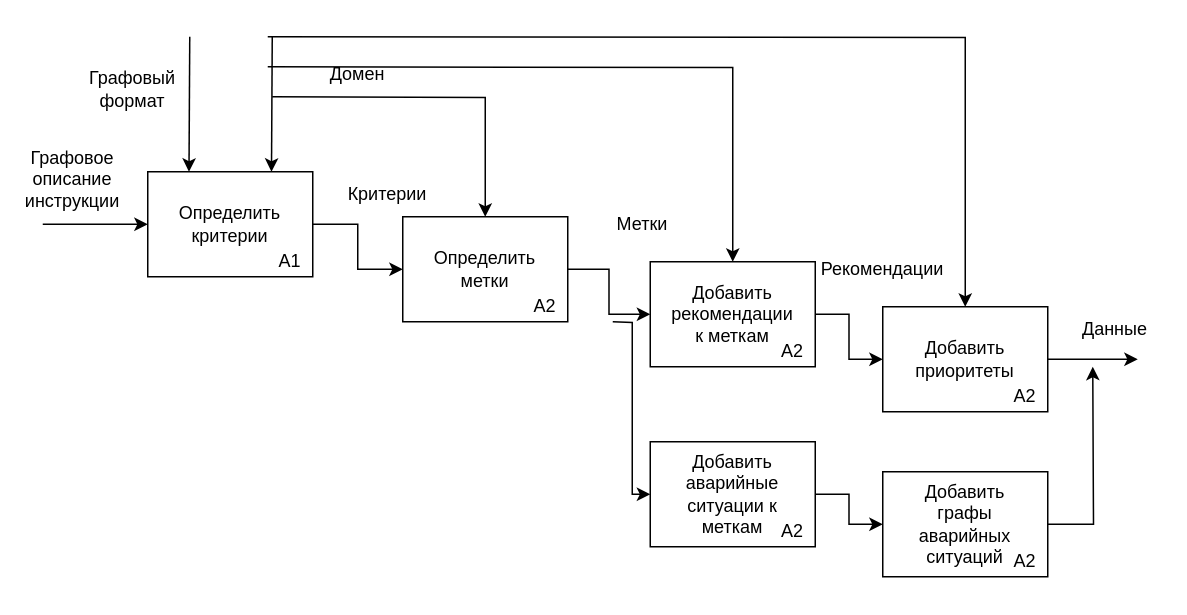
Jarozin/diplom keeps this draw.io diagram as report/inc/img/idef_1x.drawio. Above is the earlier version. Source tidied: cells renumbered, new cells numbered last; positions are measured from the earlier drawing's top-left corner, leaving out a move shared by most shapes. Both pictures are drawn from the tidied source at 150%, with x=0, y=0 at pixel (27, 36).
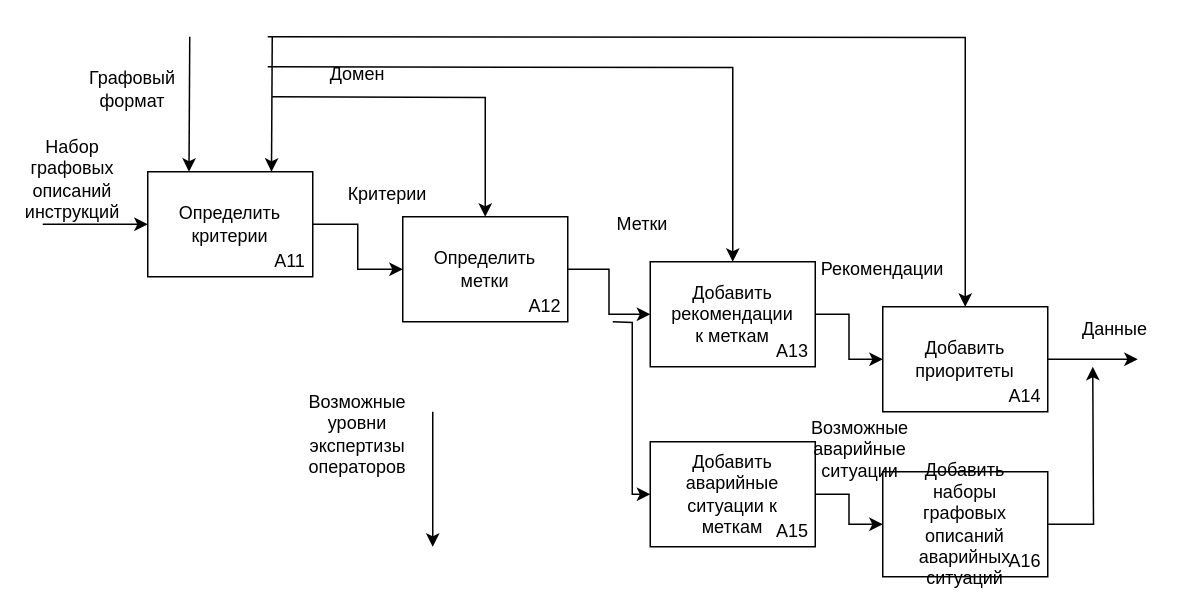
The same diagram, later.

Unchanged cells that the change refers to:
```xml
<mxCell id="2" style="group;" parent="1" vertex="1">
  <mxGeometry x="250" y="120" width="110" height="70" as="geometry" />
</mxCell>
<mxCell id="6" style="group;" parent="1" vertex="1">
  <mxGeometry x="80" y="90" width="110" height="70" as="geometry" />
</mxCell>
<mxCell id="20" style="group;" parent="1" vertex="1">
  <mxGeometry x="415" y="150" width="110" height="70" as="geometry" />
</mxCell>
<mxCell id="24" style="group;" parent="1" vertex="1">
  <mxGeometry x="570" y="180" width="110" height="70" as="geometry" />
</mxCell>
<mxCell id="28" style="group;" parent="1" vertex="1">
  <mxGeometry x="415" y="270" width="110" height="70" as="geometry" />
</mxCell>
<mxCell id="32" style="group;" parent="1" vertex="1">
  <mxGeometry x="570" y="290" width="110" height="70" as="geometry" />
</mxCell>
```

Change to the diagram source:
```diff
@@
-    <mxCell id="5" value="А2" style="text;html=1;align=center;verticalAlign=middle;whiteSpace=wrap;rounded=0;" parent="2" vertex="1">
+    <mxCell id="5" value="А12" style="text;html=1;align=center;verticalAlign=middle;whiteSpace=wrap;rounded=0;" parent="2" vertex="1">
       <mxGeometry x="80" y="50" width="30" height="20" as="geometry" />
     </mxCell>
@@
-    <mxCell id="9" value="А1" style="text;html=1;align=center;verticalAlign=middle;whiteSpace=wrap;rounded=0;" parent="6" vertex="1">
+    <mxCell id="9" value="А11" style="text;html=1;align=center;verticalAlign=middle;whiteSpace=wrap;rounded=0;" parent="6" vertex="1">
       <mxGeometry x="80" y="50" width="30" height="20" as="geometry" />
     </mxCell>
@@
-    <mxCell id="15" value="&lt;span style=&quot;background-color: transparent; color: light-dark(rgb(0, 0, 0), rgb(255, 255, 255));&quot;&gt;Графовое описание инструкции&lt;/span&gt;" style="text;html=1;align=center;verticalAlign=middle;whiteSpace=wrap;rounded=0;" parent="1" vertex="1">
+    <mxCell id="15" value="&lt;span style=&quot;background-color: transparent; color: light-dark(rgb(0, 0, 0), rgb(255, 255, 255));&quot;&gt;Набор графовых описаний инструкций&lt;/span&gt;" style="text;html=1;align=center;verticalAlign=middle;whiteSpace=wrap;rounded=0;" parent="1" vertex="1">
       <mxGeometry y="80" width="60" height="30" as="geometry" />
     </mxCell>
@@
-    <mxCell id="23" value="А2" style="text;html=1;align=center;verticalAlign=middle;whiteSpace=wrap;rounded=0;" parent="20" vertex="1">
+    <mxCell id="23" value="А13" style="text;html=1;align=center;verticalAlign=middle;whiteSpace=wrap;rounded=0;" parent="20" vertex="1">
       <mxGeometry x="80" y="50" width="30" height="20" as="geometry" />
     </mxCell>
@@
-    <mxCell id="27" value="А2" style="text;html=1;align=center;verticalAlign=middle;whiteSpace=wrap;rounded=0;" parent="24" vertex="1">
+    <mxCell id="27" value="А14" style="text;html=1;align=center;verticalAlign=middle;whiteSpace=wrap;rounded=0;" parent="24" vertex="1">
       <mxGeometry x="80" y="50" width="30" height="20" as="geometry" />
     </mxCell>
@@
-    <mxCell id="31" value="А2" style="text;html=1;align=center;verticalAlign=middle;whiteSpace=wrap;rounded=0;" parent="28" vertex="1">
+    <mxCell id="31" value="А15" style="text;html=1;align=center;verticalAlign=middle;whiteSpace=wrap;rounded=0;" parent="28" vertex="1">
       <mxGeometry x="80" y="50" width="30" height="20" as="geometry" />
     </mxCell>
@@
-    <mxCell id="34" value="Добавить графы аварийных ситуаций" style="text;html=1;align=center;verticalAlign=middle;whiteSpace=wrap;rounded=0;" parent="32" vertex="1">
-      <mxGeometry x="25" y="20" width="60" height="30" as="geometry" />
+    <mxCell id="34" value="Добавить наборы графовых описаний аварийных ситуаций" style="text;html=1;align=center;verticalAlign=middle;whiteSpace=wrap;rounded=0;" parent="32" vertex="1">
+      <mxGeometry x="10" y="20" width="90" height="30" as="geometry" />
     </mxCell>
-    <mxCell id="35" value="А2" style="text;html=1;align=center;verticalAlign=middle;whiteSpace=wrap;rounded=0;" parent="32" vertex="1">
+    <mxCell id="35" value="А16" style="text;html=1;align=center;verticalAlign=middle;whiteSpace=wrap;rounded=0;" parent="32" vertex="1">
       <mxGeometry x="80" y="50" width="30" height="20" as="geometry" />
     </mxCell>
@@
+    <mxCell id="46" value="Возможные аварийные ситуации" style="text;html=1;align=center;verticalAlign=middle;whiteSpace=wrap;rounded=0;" parent="1" vertex="1">
+      <mxGeometry x="525" y="260" width="60" height="30" as="geometry" />
+    </mxCell>
+    <mxCell id="47" style="endArrow=classic;html=1;rounded=0;entryX=0.5;entryY=0;entryDx=0;entryDy=0;" parent="1" edge="1">
+      <mxGeometry relative="1" as="geometry">
+        <mxPoint x="270" y="250" as="sourcePoint" />
+        <mxPoint x="270" y="340" as="targetPoint" />
+      </mxGeometry>
+    </mxCell>
+    <mxCell id="48" value="Возможные уровни экспертизы операторов" style="text;html=1;align=center;verticalAlign=middle;whiteSpace=wrap;rounded=0;" parent="1" vertex="1">
+      <mxGeometry x="190" y="250" width="60" height="30" as="geometry" />
+    </mxCell>
```
